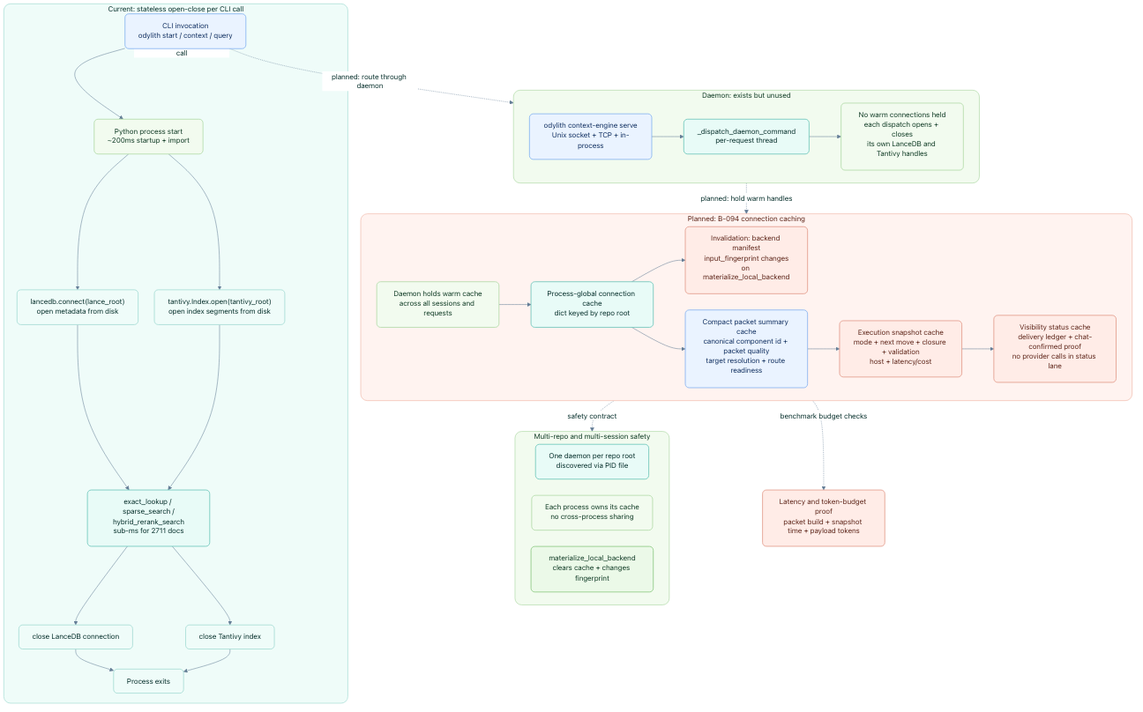
Before: odylith/atlas/source/odylith-context-engine-connection-lifecycle-and-process-topology.png, a diagram exported from Mermaid (odylith/odylith). Its source is kept beside it as odylith/atlas/source/odylith-context-engine-connection-lifecycle-and-process-topology.mmd.
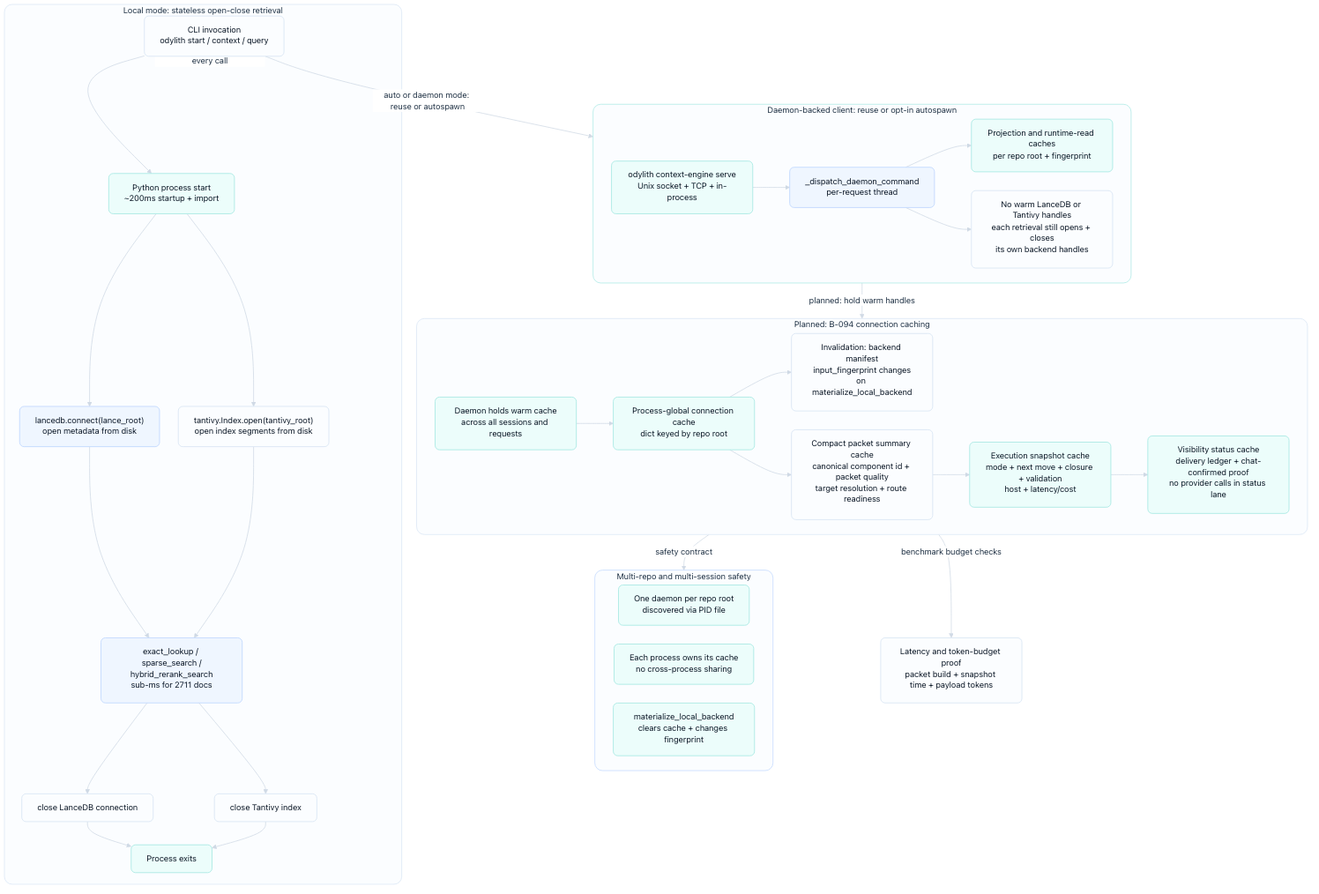
Above is the later version.

Change to the diagram source:
```diff
@@ -1,5 +1,5 @@
 flowchart TB
-    subgraph Current["Current: stateless open-close per CLI call"]
+    subgraph Current["Local mode: stateless open-close retrieval"]
         CLI["CLI invocation<br/>odylith start / context / query"] --> PythonStart["Python process start<br/>~200ms startup + import"]
         PythonStart --> LanceOpen["lancedb.connect(lance_root)<br/>open metadata from disk"]
         PythonStart --> TantivyOpen["tantivy.Index.open(tantivy_root)<br/>open index segments from disk"]
@@ -11,9 +11,10 @@
         TantivyClose --> Exit
     end
 
-    subgraph Daemon["Daemon: exists but unused"]
+    subgraph Daemon["Daemon-backed client: reuse or opt-in autospawn"]
         Serve["odylith context-engine serve<br/>Unix socket + TCP + in-process"] --> Dispatch["_dispatch_daemon_command<br/>per-request thread"]
-        Dispatch --> NoCache["No warm connections held<br/>each dispatch opens + closes<br/>its own LanceDB and Tantivy handles"]
+        Dispatch --> ProjectionCache["Projection and runtime-read caches<br/>per repo root + fingerprint"]
+        Dispatch --> NoCache["No warm LanceDB or Tantivy handles<br/>each retrieval still opens + closes<br/>its own backend handles"]
     end
 
     subgraph Planned["Planned: B-094 connection caching"]
@@ -36,8 +37,8 @@
         Materialize["materialize_local_backend<br/>clears cache + changes fingerprint"]
     end
 
-    CLI -.->|"today: new process every call"| Current
-    CLI -.->|"planned: route through daemon"| Daemon
+    CLI -.->|"local mode: new process every call"| Current
+    CLI -.->|"auto or daemon mode: reuse or autospawn"| Daemon
     Daemon -.->|"planned: hold warm handles"| Planned
     Planned -.->|"safety contract"| MultiSafety
     Planned -.->|"benchmark budget checks"| Bench["Latency and token-budget proof<br/>packet build + snapshot time + payload tokens"]
```
